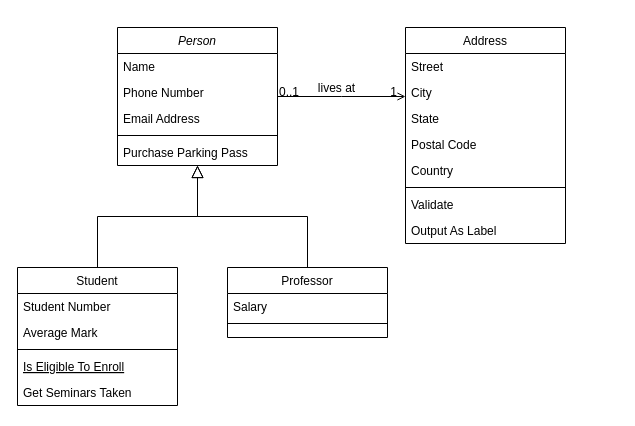
This is Untitled Diagram.drawio from paty127/Mjv.new, a draw.io file, before an edit. Source tidied: cells renumbered, new cells numbered last; positions are measured from the earlier drawing's top-left corner, leaving out a move shared by most shapes. Both pictures are drawn from the tidied source at 100%, with x=0, y=0 at pixel (17, 27).
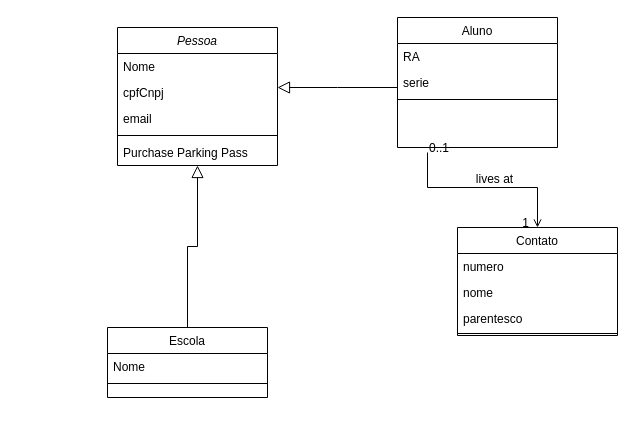
The same page after the edit.

The edit, as a diff of the source:
```diff
@@
-    <mxCell id="2" value="Person" style="swimlane;fontStyle=2;align=center;verticalAlign=top;horizontal=1;startSize=26;rounded=0;shadow=0;strokeWidth=1;" parent="1" vertex="1">
+    <mxCell id="2" value="Pessoa" style="swimlane;fontStyle=2;align=center;verticalAlign=top;horizontal=1;startSize=26;rounded=0;shadow=0;strokeWidth=1;" parent="1" vertex="1">
       <mxGeometry x="100" width="160" height="138" as="geometry" />
     </mxCell>
-    <mxCell id="3" value="Name" style="text;align=left;verticalAlign=top;spacingLeft=4;spacingRight=4;overflow=hidden;" parent="2" vertex="1">
+    <mxCell id="3" value="Nome " style="text;align=left;verticalAlign=top;spacingLeft=4;spacingRight=4;overflow=hidden;" parent="2" vertex="1">
       <mxGeometry y="26" width="160" height="26" as="geometry" />
     </mxCell>
-    <mxCell id="4" value="Phone Number" style="text;align=left;verticalAlign=top;spacingLeft=4;spacingRight=4;overflow=hidden;rounded=0;shadow=0;html=0;" parent="2" vertex="1">
+    <mxCell id="4" value="cpfCnpj" style="text;align=left;verticalAlign=top;spacingLeft=4;spacingRight=4;overflow=hidden;rounded=0;shadow=0;html=0;" parent="2" vertex="1">
       <mxGeometry y="52" width="160" height="26" as="geometry" />
     </mxCell>
-    <mxCell id="5" value="Email Address" style="text;align=left;verticalAlign=top;spacingLeft=4;spacingRight=4;overflow=hidden;rounded=0;shadow=0;html=0;" parent="2" vertex="1">
+    <mxCell id="5" value="email" style="text;align=left;verticalAlign=top;spacingLeft=4;spacingRight=4;overflow=hidden;rounded=0;shadow=0;html=0;" parent="2" vertex="1">
       <mxGeometry y="78" width="160" height="26" as="geometry" />
     </mxCell>
@@
-    <mxCell id="8" value="Student" style="swimlane;fontStyle=0;align=center;verticalAlign=top;horizontal=1;startSize=26;rounded=0;shadow=0;strokeWidth=1;" parent="1" vertex="1">
-      <mxGeometry y="240" width="160" height="138" as="geometry" />
+    <mxCell id="8" value="Aluno" style="swimlane;fontStyle=0;align=center;verticalAlign=top;horizontal=1;startSize=26;rounded=0;shadow=0;strokeWidth=1;" parent="1" vertex="1">
+      <mxGeometry x="380" y="-10" width="160" height="130" as="geometry" />
     </mxCell>
-    <mxCell id="9" value="Student Number" style="text;align=left;verticalAlign=top;spacingLeft=4;spacingRight=4;overflow=hidden;" parent="8" vertex="1">
+    <mxCell id="9" value="RA" style="text;align=left;verticalAlign=top;spacingLeft=4;spacingRight=4;overflow=hidden;" parent="8" vertex="1">
       <mxGeometry y="26" width="160" height="26" as="geometry" />
     </mxCell>
-    <mxCell id="10" value="Average Mark" style="text;align=left;verticalAlign=top;spacingLeft=4;spacingRight=4;overflow=hidden;rounded=0;shadow=0;html=0;" parent="8" vertex="1">
+    <mxCell id="10" value="serie" style="text;align=left;verticalAlign=top;spacingLeft=4;spacingRight=4;overflow=hidden;rounded=0;shadow=0;html=0;" parent="8" vertex="1">
       <mxGeometry y="52" width="160" height="26" as="geometry" />
     </mxCell>
@@
-    <mxCell id="12" value="Is Eligible To Enroll" style="text;align=left;verticalAlign=top;spacingLeft=4;spacingRight=4;overflow=hidden;fontStyle=4;" parent="8" vertex="1">
-      <mxGeometry y="86" width="160" height="26" as="geometry" />
-    </mxCell>
-    <mxCell id="13" value="Get Seminars Taken" style="text;align=left;verticalAlign=top;spacingLeft=4;spacingRight=4;overflow=hidden;" parent="8" vertex="1">
-      <mxGeometry y="112" width="160" height="26" as="geometry" />
-    </mxCell>
@@
-    <mxCell id="15" value="Professor" style="swimlane;fontStyle=0;align=center;verticalAlign=top;horizontal=1;startSize=26;rounded=0;shadow=0;strokeWidth=1;" parent="1" vertex="1">
-      <mxGeometry x="210" y="240" width="160" height="70" as="geometry" />
+    <mxCell id="15" value="Escola" style="swimlane;fontStyle=0;align=center;verticalAlign=top;horizontal=1;startSize=26;rounded=0;shadow=0;strokeWidth=1;" parent="1" vertex="1">
+      <mxGeometry x="90" y="300" width="160" height="70" as="geometry" />
     </mxCell>
-    <mxCell id="16" value="Salary" style="text;align=left;verticalAlign=top;spacingLeft=4;spacingRight=4;overflow=hidden;" parent="15" vertex="1">
+    <mxCell id="16" value="Nome" style="text;align=left;verticalAlign=top;spacingLeft=4;spacingRight=4;overflow=hidden;" parent="15" vertex="1">
       <mxGeometry y="26" width="160" height="26" as="geometry" />
     </mxCell>
@@
-    <mxCell id="19" value="Address" style="swimlane;fontStyle=0;align=center;verticalAlign=top;horizontal=1;startSize=26;rounded=0;shadow=0;strokeWidth=1;" parent="1" vertex="1">
-      <mxGeometry x="388" width="160" height="216" as="geometry" />
+    <mxCell id="19" value="Contato" style="swimlane;fontStyle=0;align=center;verticalAlign=top;horizontal=1;startSize=26;rounded=0;shadow=0;strokeWidth=1;" parent="1" vertex="1">
+      <mxGeometry x="440" y="200" width="160" height="108" as="geometry" />
     </mxCell>
-    <mxCell id="20" value="Street" style="text;align=left;verticalAlign=top;spacingLeft=4;spacingRight=4;overflow=hidden;" parent="19" vertex="1">
+    <mxCell id="20" value="numero" style="text;align=left;verticalAlign=top;spacingLeft=4;spacingRight=4;overflow=hidden;" parent="19" vertex="1">
       <mxGeometry y="26" width="160" height="26" as="geometry" />
     </mxCell>
+    <mxCell id="22" value="nome" style="text;align=left;verticalAlign=top;spacingLeft=4;spacingRight=4;overflow=hidden;rounded=0;shadow=0;html=0;" parent="19" vertex="1">
+      <mxGeometry y="52" width="160" height="26" as="geometry" />
+    </mxCell>
-    <mxCell id="21" value="City" style="text;align=left;verticalAlign=top;spacingLeft=4;spacingRight=4;overflow=hidden;rounded=0;shadow=0;html=0;" parent="19" vertex="1">
-      <mxGeometry y="52" width="160" height="26" as="geometry" />
+    <mxCell id="21" value="parentesco" style="text;align=left;verticalAlign=top;spacingLeft=4;spacingRight=4;overflow=hidden;rounded=0;shadow=0;html=0;" parent="19" vertex="1">
+      <mxGeometry y="78" width="160" height="26" as="geometry" />
     </mxCell>
-    <mxCell id="22" value="State" style="text;align=left;verticalAlign=top;spacingLeft=4;spacingRight=4;overflow=hidden;rounded=0;shadow=0;html=0;" parent="19" vertex="1">
-      <mxGeometry y="78" width="160" height="26" as="geometry" />
-    </mxCell>
-    <mxCell id="23" value="Postal Code" style="text;align=left;verticalAlign=top;spacingLeft=4;spacingRight=4;overflow=hidden;rounded=0;shadow=0;html=0;" parent="19" vertex="1">
-      <mxGeometry y="104" width="160" height="26" as="geometry" />
-    </mxCell>
-    <mxCell id="24" value="Country" style="text;align=left;verticalAlign=top;spacingLeft=4;spacingRight=4;overflow=hidden;rounded=0;shadow=0;html=0;" parent="19" vertex="1">
-      <mxGeometry y="130" width="160" height="26" as="geometry" />
-    </mxCell>
     <mxCell id="25" style="line;html=1;strokeWidth=1;align=left;verticalAlign=middle;spacingTop=-1;spacingLeft=3;spacingRight=3;labelPosition=right;" parent="19" vertex="1">
-      <mxGeometry y="156" width="160" height="8" as="geometry" />
+      <mxGeometry y="104" width="160" height="4" as="geometry" />
     </mxCell>
-    <mxCell id="26" value="Validate" style="text;align=left;verticalAlign=top;spacingLeft=4;spacingRight=4;overflow=hidden;" parent="19" vertex="1">
-      <mxGeometry y="164" width="160" height="26" as="geometry" />
-    </mxCell>
-    <mxCell id="27" value="Output As Label" style="text;align=left;verticalAlign=top;spacingLeft=4;spacingRight=4;overflow=hidden;" parent="19" vertex="1">
-      <mxGeometry y="190" width="160" height="26" as="geometry" />
-    </mxCell>
-    <mxCell id="28" style="endArrow=open;shadow=0;strokeWidth=1;rounded=0;endFill=1;edgeStyle=elbowEdgeStyle;elbow=vertical;" parent="1" edge="1" source="2" target="19">
+    <mxCell id="28" style="endArrow=open;shadow=0;strokeWidth=1;rounded=0;endFill=1;edgeStyle=elbowEdgeStyle;elbow=vertical;" parent="1" edge="1" target="19">
       <mxGeometry x="0.5" y="41" relative="1" as="geometry">
+        <mxPoint x="410" y="125" as="sourcePoint" />
+        <Array as="points">
+          <mxPoint x="220" y="160" />
+        </Array>
         <mxPoint x="-40" y="32" as="offset" />
       </mxGeometry>
     </mxCell>
```
